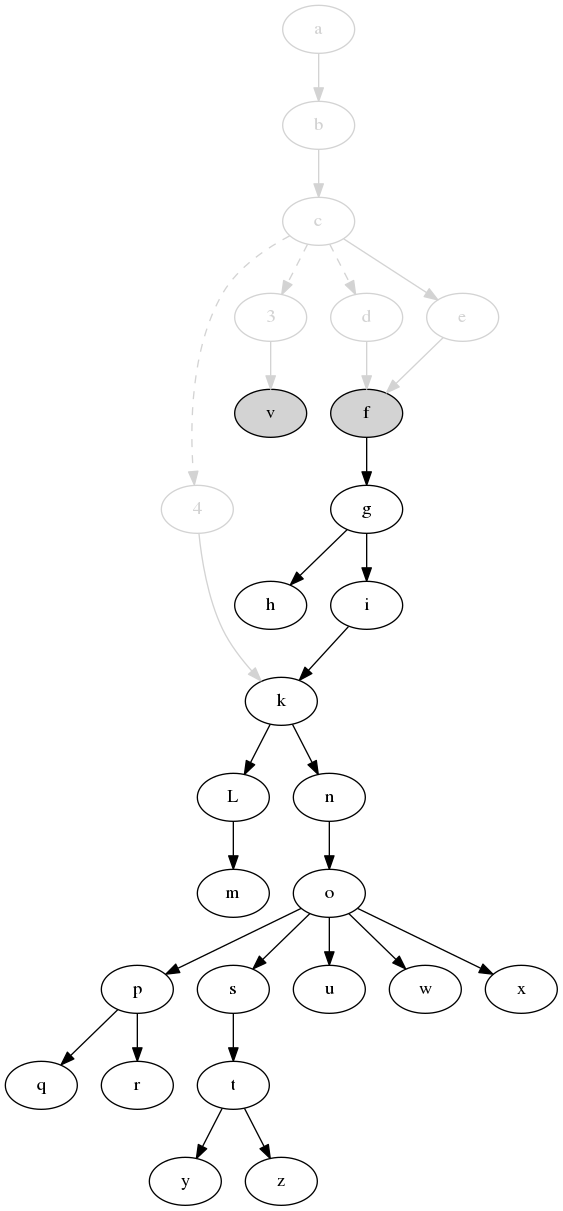
The Graphviz diagram svm-startup-deps.png in jdmpapin/svm-startup-deps, before a commit. Its source is kept beside it as svm-startup-deps.dot.
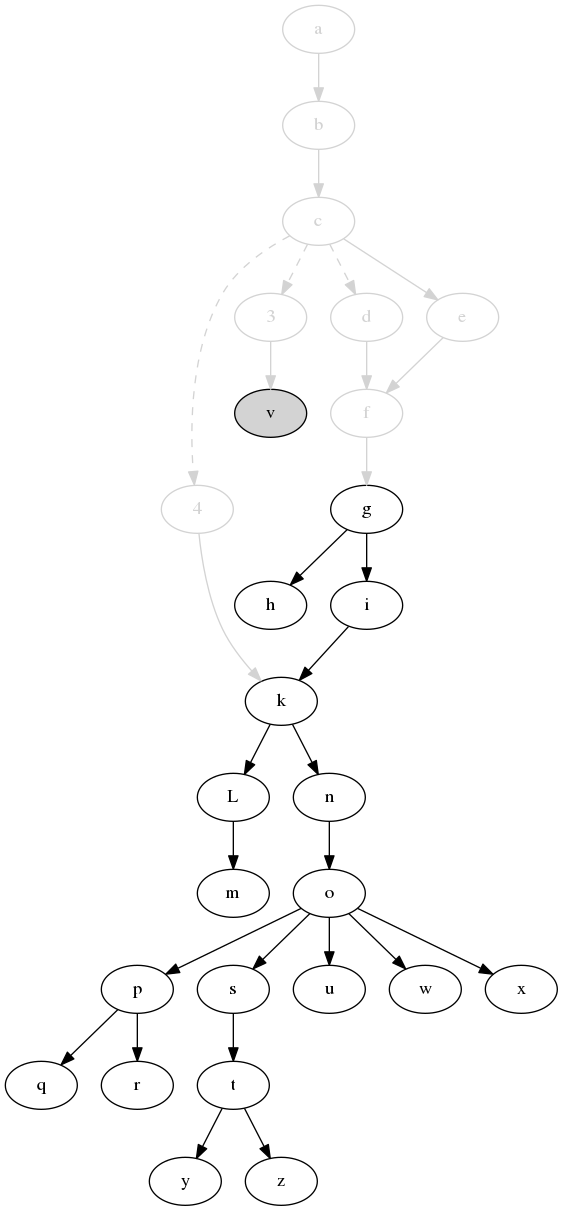
Later version of the same file.

What changed in the source:
```diff
@@ -6,7 +6,7 @@
     c [color=lightgrey,fontcolor=lightgrey];
     d [color=lightgrey,fontcolor=lightgrey];
     e [color=lightgrey,fontcolor=lightgrey];
-    f [style=filled,fillcolor=lightgrey];
+    f [color=lightgrey,fontcolor=lightgrey];
     g;
     h;
     i;
@@ -37,7 +37,7 @@
     c -> e [color=lightgrey];
     d -> f [color=lightgrey];
     e -> f [color=lightgrey];
-    f -> g;
+    f -> g [color=lightgrey];
     g -> h;
     g -> i;
     i -> k;
```
